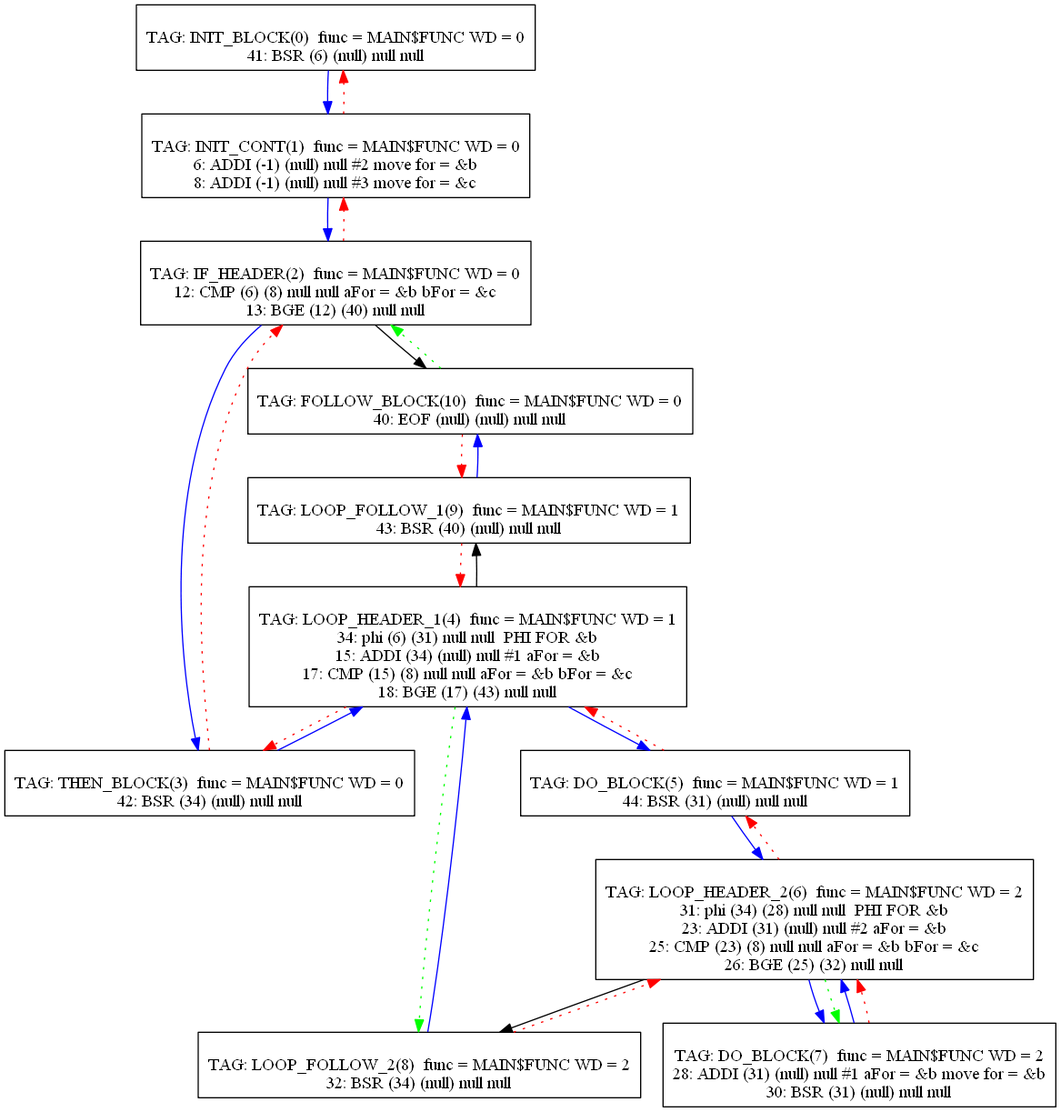
The Graphviz diagram Compiler/30graph.png in mbajaj92/Project-Astoria, before a commit. Its source is kept beside it as Compiler/30graph.dot.
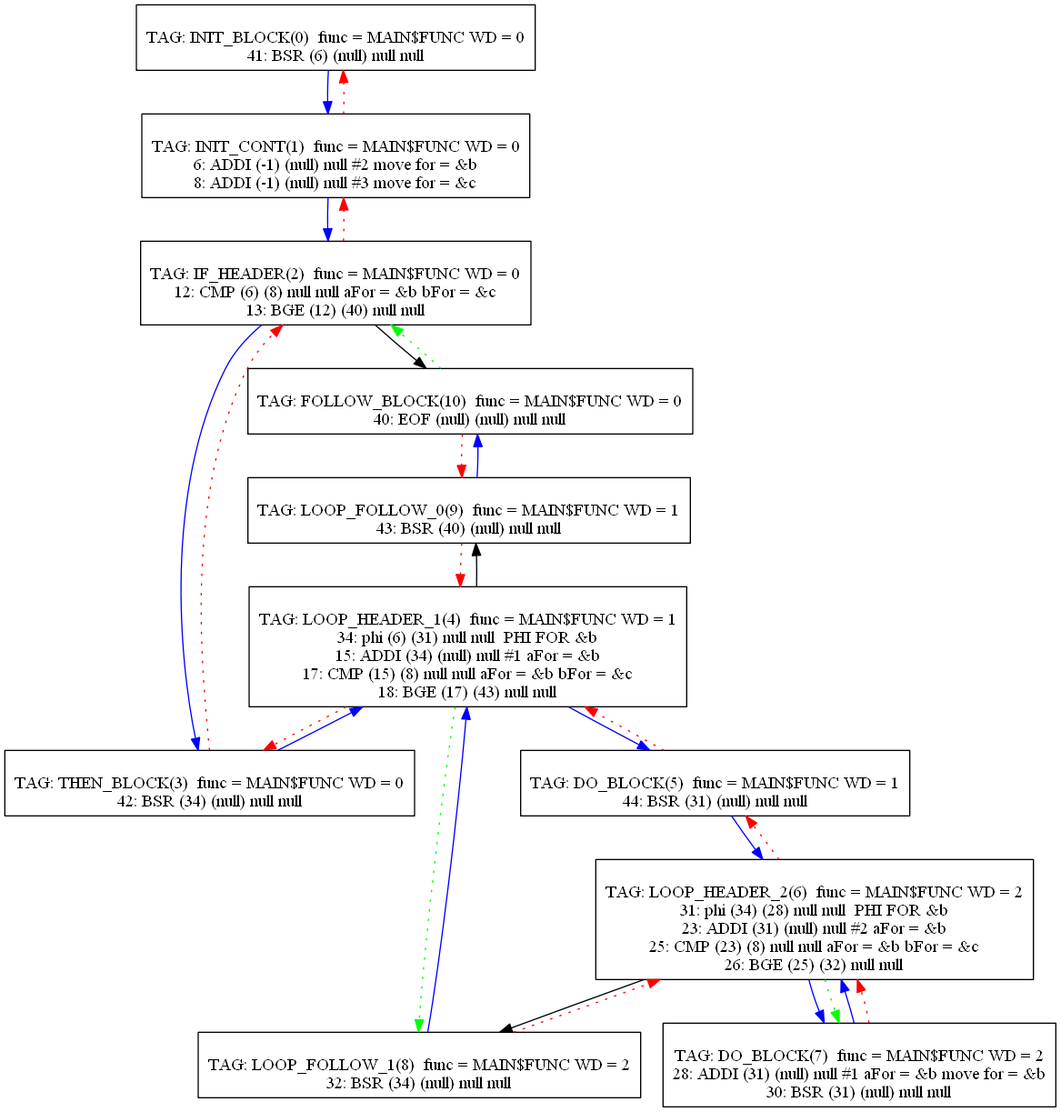
Later version of the same file.

What changed in the source:
```diff
@@ -69,14 +69,14 @@
 7 -> 6[color=blue]
 7 -> 6[color=red][style=dotted]
 8[label="
-TAG: LOOP_FOLLOW_2(8)  func = MAIN$FUNC WD = 2
+TAG: LOOP_FOLLOW_1(8)  func = MAIN$FUNC WD = 2
 32: BSR (34) (null) null null
 "];
 8[shape=box];
 8 -> 4[color=blue]
 8 -> 6[color=red][style=dotted]
 9[label="
-TAG: LOOP_FOLLOW_1(9)  func = MAIN$FUNC WD = 1
+TAG: LOOP_FOLLOW_0(9)  func = MAIN$FUNC WD = 1
 43: BSR (40) (null) null null
 "];
 9[shape=box];
```
